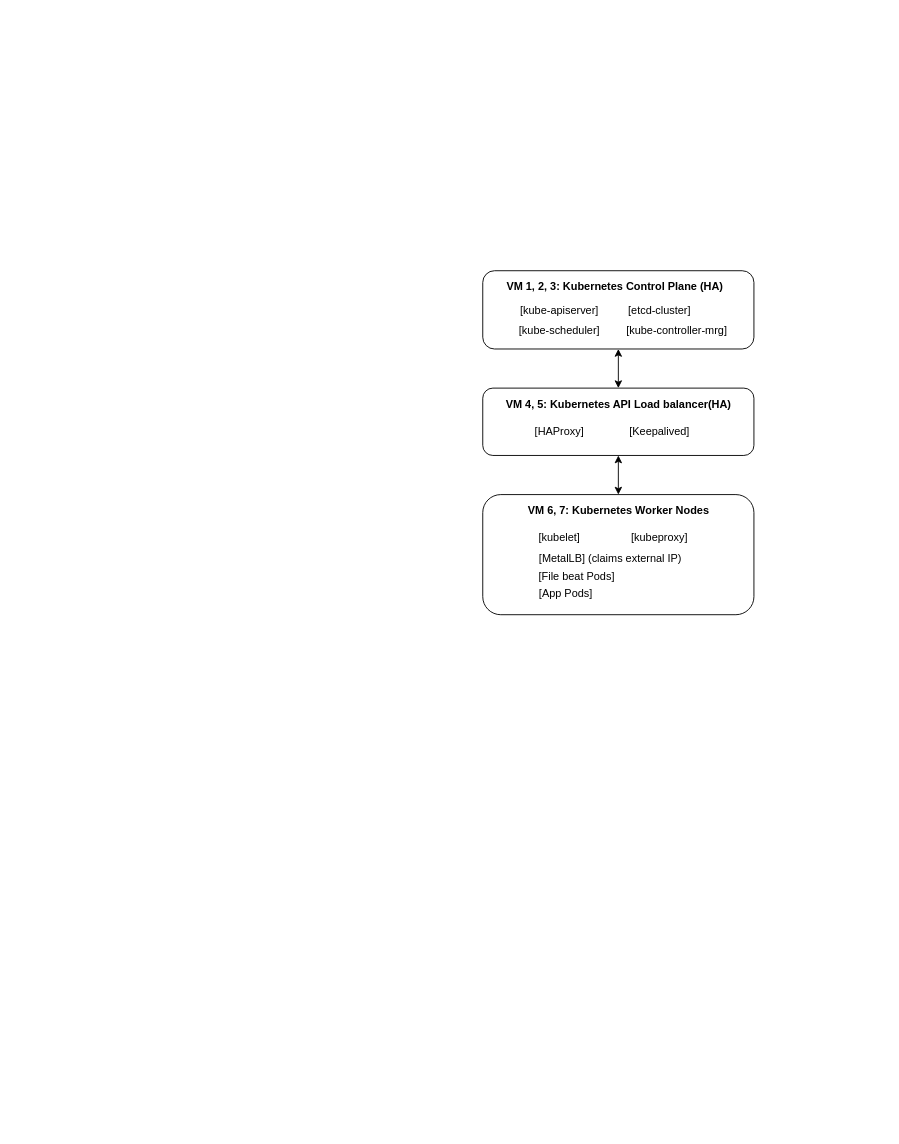
The draw.io diagram HighLoad_FinalProject.drawio in fueller-max/otus_HighLoad, before the edit. Source tidied: cells renumbered, new cells numbered last; positions are measured from the earlier drawing's top-left corner, leaving out a move shared by most shapes. Both pictures are drawn from the tidied source at 91%, with x=0, y=0 at pixel (482, 270).
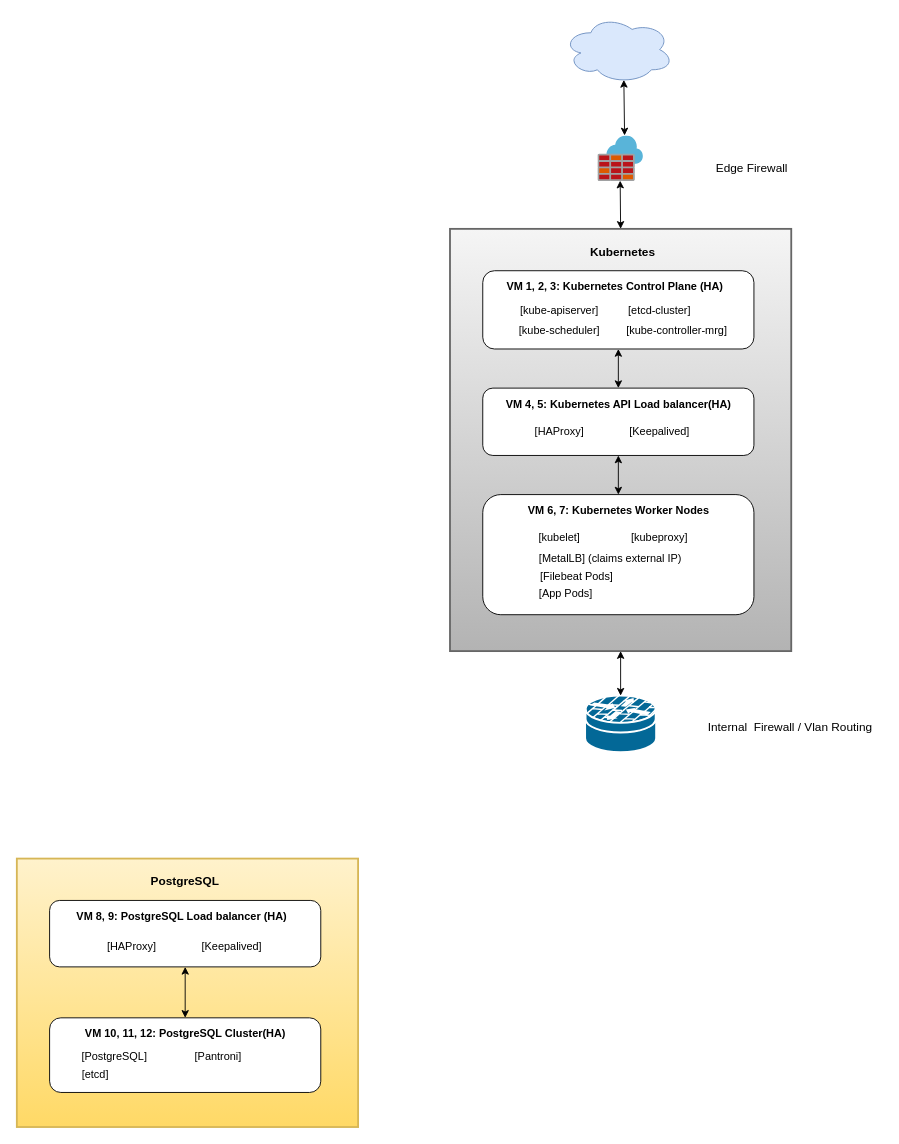
Above is the later version.

What changed in the source:
```diff
@@
+    <mxCell id="21" style="rounded=0;whiteSpace=wrap;html=1;strokeWidth=2;fillColor=#f5f5f5;strokeColor=#666666;gradientColor=#b3b3b3;" parent="1" vertex="1">
+      <mxGeometry x="-36" y="-46" width="375" height="464" as="geometry" />
+    </mxCell>
@@
-    <mxCell id="19" value="[File beat Pods]" style="text;html=1;whiteSpace=wrap;strokeColor=none;fillColor=none;align=center;verticalAlign=middle;rounded=0;" parent="1" vertex="1">
+    <mxCell id="19" value="[Filebeat Pods]" style="text;html=1;whiteSpace=wrap;strokeColor=none;fillColor=none;align=center;verticalAlign=middle;rounded=0;" parent="1" vertex="1">
       <mxGeometry x="44" y="321" width="119" height="30" as="geometry" />
     </mxCell>
@@
+    <mxCell id="22" style="image;sketch=0;html=1;points=[];align=center;fontSize=12;image=img/lib/mscae/Azure_Firewall.svg;" parent="1" vertex="1">
+      <mxGeometry x="126.5" y="-148" width="50" height="50" as="geometry" />
+    </mxCell>
+    <mxCell id="23" value="&lt;font style=&quot;font-size: 13px;&quot;&gt;Edge Firewall&lt;/font&gt;" style="text;html=1;whiteSpace=wrap;strokeColor=none;fillColor=none;align=center;verticalAlign=middle;rounded=0;" parent="1" vertex="1">
+      <mxGeometry x="235" y="-128" width="122" height="30" as="geometry" />
+    </mxCell>
+    <mxCell id="24" style="endArrow=classic;startArrow=classic;html=1;rounded=0;entryX=0.5;entryY=0;entryDx=0;entryDy=0;exitX=0.49;exitY=0.98;exitDx=0;exitDy=0;exitPerimeter=0;" parent="1" edge="1" source="22" target="21">
+      <mxGeometry relative="1" as="geometry" />
+    </mxCell>
+    <mxCell id="25" style="ellipse;shape=cloud;whiteSpace=wrap;html=1;fillColor=#dae8fc;strokeColor=#6c8ebf;" parent="1" vertex="1">
+      <mxGeometry x="88.5" y="-280" width="121" height="74" as="geometry" />
+    </mxCell>
+    <mxCell id="26" style="endArrow=classic;startArrow=classic;html=1;rounded=0;entryX=0.55;entryY=0.95;entryDx=0;entryDy=0;entryPerimeter=0;exitX=0.587;exitY=-0.013;exitDx=0;exitDy=0;exitPerimeter=0;" parent="1" edge="1" source="22" target="25">
+      <mxGeometry relative="1" as="geometry" />
+    </mxCell>
+    <mxCell id="27" style="strokeColor=#ffffff;sketch=0;html=1;dashed=0;fillColor=#036897;strokeWidth=2;verticalLabelPosition=bottom;verticalAlign=top;align=center;outlineConnect=0;shape=mxgraph.cisco.security.router_firewall;" parent="1" vertex="1">
+      <mxGeometry x="112.5" y="467" width="78" height="62" as="geometry" />
+    </mxCell>
+    <mxCell id="28" value="&lt;font style=&quot;font-size: 13px;&quot;&gt;Internal&amp;nbsp; Firewall / Vlan Routing&lt;/font&gt;" style="text;html=1;whiteSpace=wrap;strokeColor=none;fillColor=none;align=center;verticalAlign=middle;rounded=0;" parent="1" vertex="1">
+      <mxGeometry x="235" y="486" width="206" height="30" as="geometry" />
+    </mxCell>
+    <mxCell id="29" style="endArrow=classic;startArrow=classic;html=1;rounded=0;exitX=0.5;exitY=0;exitDx=0;exitDy=0;exitPerimeter=0;entryX=0.5;entryY=1;entryDx=0;entryDy=0;" parent="1" edge="1" source="27" target="21">
+      <mxGeometry relative="1" as="geometry" />
+    </mxCell>
+    <mxCell id="30" style="rounded=0;whiteSpace=wrap;html=1;strokeWidth=2;fillColor=#fff2cc;strokeColor=#d6b656;gradientColor=#ffd966;" parent="1" vertex="1">
+      <mxGeometry x="-512" y="646" width="375" height="295" as="geometry" />
+    </mxCell>
+    <mxCell id="31" style="rounded=1;whiteSpace=wrap;html=1;" parent="1" vertex="1">
+      <mxGeometry x="-476" y="692" width="298" height="73" as="geometry" />
+    </mxCell>
+    <mxCell id="32" value="&lt;b&gt;VM 8, 9: PostgreSQL Load balancer (HA)&lt;/b&gt;" style="text;html=1;whiteSpace=wrap;strokeColor=none;fillColor=none;align=center;verticalAlign=middle;rounded=0;" parent="1" vertex="1">
+      <mxGeometry x="-458" y="695" width="254.5" height="30" as="geometry" />
+    </mxCell>
+    <mxCell id="33" style="rounded=1;whiteSpace=wrap;html=1;" parent="1" vertex="1">
+      <mxGeometry x="-476" y="821" width="298" height="82" as="geometry" />
+    </mxCell>
+    <mxCell id="34" value="&lt;b&gt;VM 10, 11, 12: PostgreSQL Cluster(HA)&lt;/b&gt;" style="text;html=1;whiteSpace=wrap;strokeColor=none;fillColor=none;align=center;verticalAlign=middle;rounded=0;" parent="1" vertex="1">
+      <mxGeometry x="-454.2" y="824" width="254.5" height="30" as="geometry" />
+    </mxCell>
+    <mxCell id="35" value="[HAProxy]" style="text;html=1;whiteSpace=wrap;strokeColor=none;fillColor=none;align=center;verticalAlign=middle;rounded=0;" parent="1" vertex="1">
+      <mxGeometry x="-445.2" y="728" width="119" height="30" as="geometry" />
+    </mxCell>
+    <mxCell id="36" value="[Keepalived]" style="text;html=1;whiteSpace=wrap;strokeColor=none;fillColor=none;align=center;verticalAlign=middle;rounded=0;" parent="1" vertex="1">
+      <mxGeometry x="-335.2" y="728" width="119" height="30" as="geometry" />
+    </mxCell>
+    <mxCell id="37" style="endArrow=classic;startArrow=classic;html=1;rounded=0;entryX=0.5;entryY=1;entryDx=0;entryDy=0;exitX=0.5;exitY=0;exitDx=0;exitDy=0;" parent="1" edge="1" source="33" target="31">
+      <mxGeometry relative="1" as="geometry" />
+    </mxCell>
+    <mxCell id="38" value="&lt;font style=&quot;font-size: 13px;&quot;&gt;&lt;b&gt;Kubernetes&lt;/b&gt;&lt;/font&gt;" style="text;html=1;whiteSpace=wrap;strokeColor=none;fillColor=none;align=center;verticalAlign=middle;rounded=0;" parent="1" vertex="1">
+      <mxGeometry x="124" y="-36" width="60" height="30" as="geometry" />
+    </mxCell>
+    <mxCell id="39" value="&lt;font style=&quot;font-size: 13px;&quot;&gt;&lt;b&gt;PostgreSQL&lt;/b&gt;&lt;/font&gt;" style="text;html=1;whiteSpace=wrap;strokeColor=none;fillColor=none;align=center;verticalAlign=middle;rounded=0;" parent="1" vertex="1">
+      <mxGeometry x="-357" y="655" width="60" height="30" as="geometry" />
+    </mxCell>
+    <mxCell id="40" value="[PostgreSQL]" style="text;html=1;whiteSpace=wrap;strokeColor=none;fillColor=none;align=center;verticalAlign=middle;rounded=0;" parent="1" vertex="1">
+      <mxGeometry x="-464" y="849" width="119" height="30" as="geometry" />
+    </mxCell>
+    <mxCell id="41" value="[Pantroni]" style="text;html=1;whiteSpace=wrap;strokeColor=none;fillColor=none;align=center;verticalAlign=middle;rounded=0;" parent="1" vertex="1">
+      <mxGeometry x="-350" y="849" width="119" height="30" as="geometry" />
+    </mxCell>
+    <mxCell id="42" value="[etcd]" style="text;html=1;whiteSpace=wrap;strokeColor=none;fillColor=none;align=center;verticalAlign=middle;rounded=0;" parent="1" vertex="1">
+      <mxGeometry x="-485" y="869" width="119" height="30" as="geometry" />
+    </mxCell>
```
